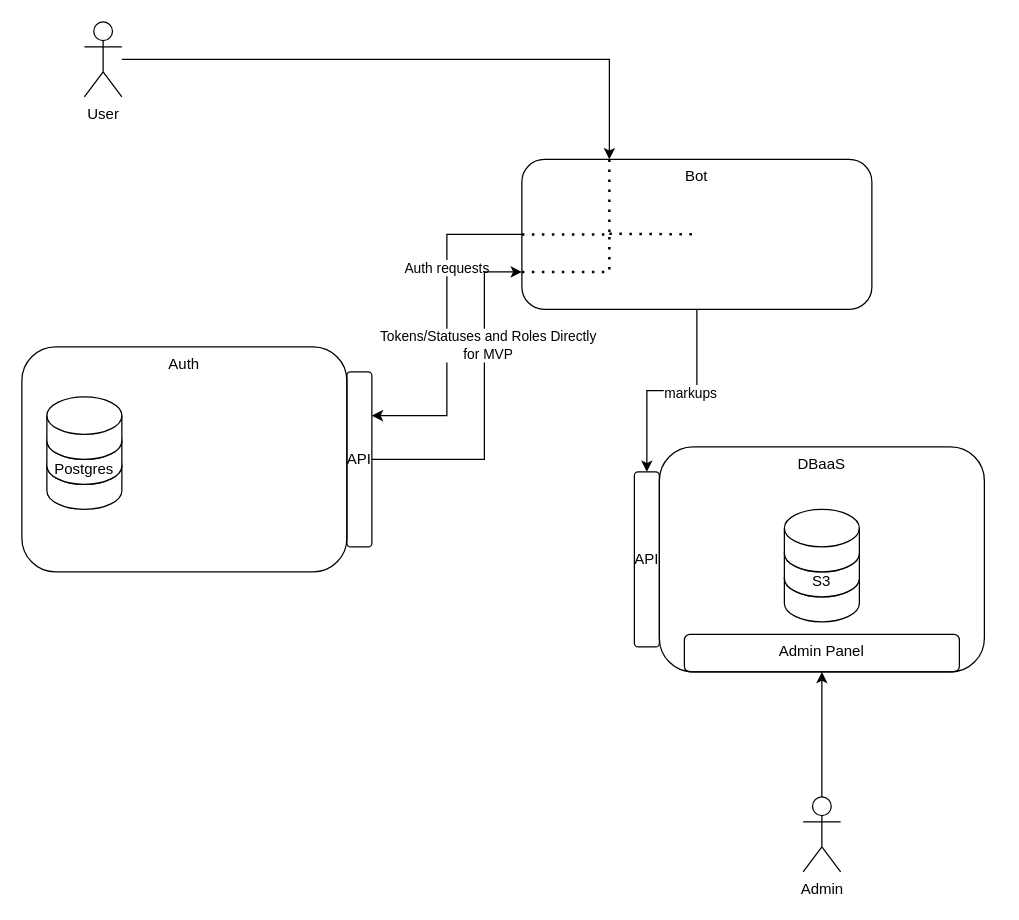
bdannyv/markup_tool keeps this draw.io diagram as docs/arch/as-is.drawio. Above is the earlier version. Source tidied: cells renumbered, new cells numbered last; positions are measured from the earlier drawing's top-left corner, leaving out a move shared by most shapes. Both pictures are drawn from the tidied source at 125%, with x=0, y=0 at pixel (21, 21).
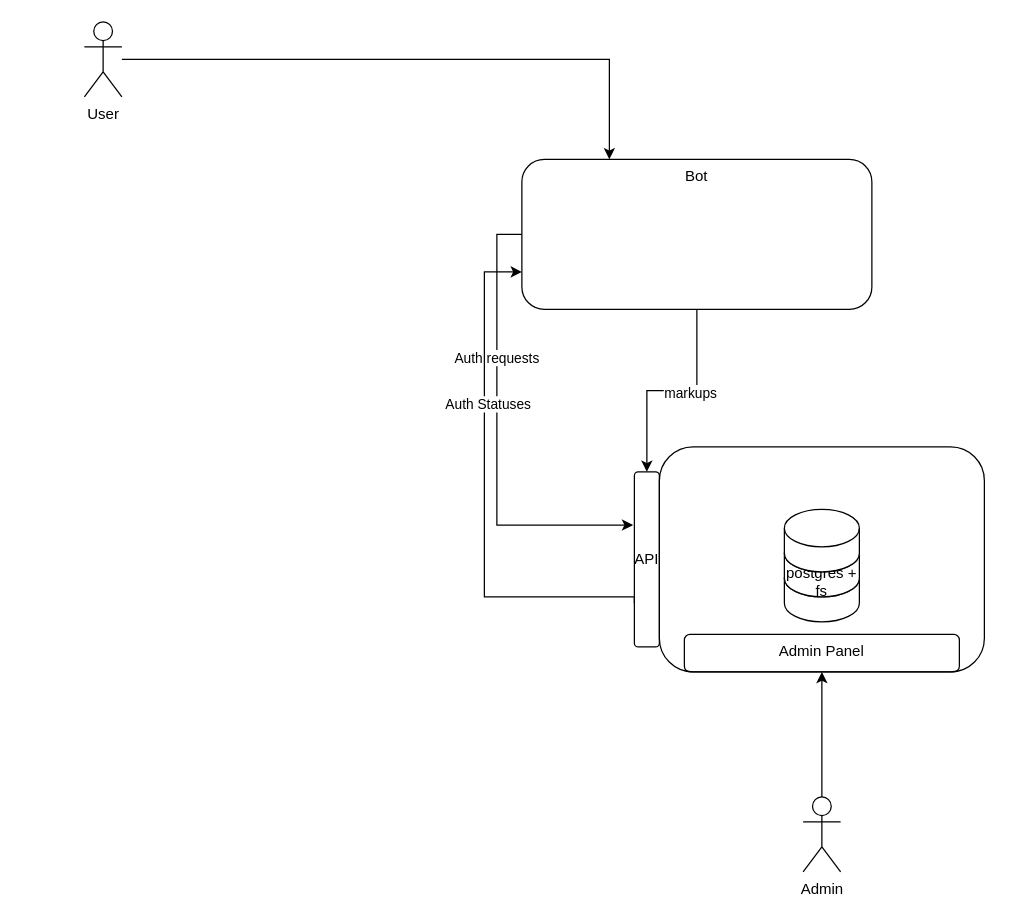
Above is the later version.

Commit message (it also covers changes not shown here):
architecture diagrams update

The change refers to these unchanged cells:
```xml
<mxCell id="8" style="group;" parent="1" vertex="1">
  <mxGeometry x="510" y="340" width="270" height="300" as="geometry" />
</mxCell>
<mxCell id="13" value="API" style="rounded=1;whiteSpace=wrap;html=1;fillColor=none;" parent="8" vertex="1">
  <mxGeometry x="-20" y="20" width="20" height="140" as="geometry" />
</mxCell>
<mxCell id="21" style="group;" parent="1" vertex="1">
  <mxGeometry x="400" y="110" width="280" height="120" as="geometry" />
</mxCell>
<mxCell id="22" value="Bot" style="rounded=1;whiteSpace=wrap;html=1;fillColor=none;verticalAlign=top;" parent="21" vertex="1">
  <mxGeometry width="280" height="120" as="geometry" />
</mxCell>
```

Diff of the diagram source:
```diff
@@
-    <mxCell id="2" style="edgeStyle=orthogonalEdgeStyle;rounded=0;jettySize=auto;html=1;entryX=1;entryY=0.25;entryDx=0;entryDy=0;" parent="1" edge="1" source="22" target="20">
+    <mxCell id="2" style="edgeStyle=orthogonalEdgeStyle;rounded=0;jettySize=auto;html=1;entryX=-0.05;entryY=0.304;entryDx=0;entryDy=0;entryPerimeter=0;exitX=0;exitY=0.5;exitDx=0;exitDy=0;" parent="1" edge="1" source="22" target="13">
       <mxGeometry relative="1" as="geometry" />
     </mxCell>
@@
-    <mxCell id="4" style="edgeStyle=orthogonalEdgeStyle;rounded=0;jettySize=auto;html=1;entryX=0;entryY=0.75;entryDx=0;entryDy=0;" parent="1" edge="1" source="20" target="22">
+    <mxCell id="4" style="edgeStyle=orthogonalEdgeStyle;rounded=0;jettySize=auto;html=1;entryX=0;entryY=0.75;entryDx=0;entryDy=0;exitX=0;exitY=0.75;exitDx=0;exitDy=0;" parent="1" edge="1" source="13" target="22">
       <mxGeometry relative="1" as="geometry">
         <Array as="points">
-          <mxPoint x="370" y="350" />
+          <mxPoint x="490" y="460" />
+          <mxPoint x="370" y="460" />
           <mxPoint x="370" y="200" />
         </Array>
       </mxGeometry>
     </mxCell>
-    <mxCell id="5" value="Tokens/Statuses and Roles Directly&lt;br&gt;for MVP" style="edgeLabel;html=1;align=center;verticalAlign=middle;" parent="4" vertex="1">
+    <mxCell id="5" value="Auth Statuses" style="edgeLabel;html=1;align=center;verticalAlign=middle;" parent="4" vertex="1">
       <mxGeometry x="0.35" y="-1" relative="1" as="geometry">
         <mxPoint x="1" as="offset" />
       </mxGeometry>
     </mxCell>
@@
-    <mxCell id="9" value="DBaaS" style="rounded=1;whiteSpace=wrap;html=1;verticalAlign=top;fillColor=none;" parent="8" vertex="1">
+    <mxCell id="9" style="rounded=1;whiteSpace=wrap;html=1;verticalAlign=top;fillColor=none;" parent="8" vertex="1">
       <mxGeometry width="260" height="180" as="geometry" />
     </mxCell>
@@
-    <mxCell id="11" value="S3" style="shape=cylinder3;whiteSpace=wrap;html=1;boundedLbl=1;backgroundOutline=1;size=15;" parent="8" vertex="1">
+    <mxCell id="11" value="postgres + fs" style="shape=cylinder3;whiteSpace=wrap;html=1;boundedLbl=1;backgroundOutline=1;size=15;" parent="8" vertex="1">
       <mxGeometry x="100" y="70" width="60" height="50" as="geometry" />
     </mxCell>
@@
-    <mxCell id="15" style="group;" parent="1" vertex="1">
-      <mxGeometry y="260" width="280" height="180" as="geometry" />
-    </mxCell>
-    <mxCell id="16" style="shape=cylinder3;whiteSpace=wrap;html=1;boundedLbl=1;backgroundOutline=1;size=15;" parent="15" vertex="1">
-      <mxGeometry x="20" y="80" width="60" height="50" as="geometry" />
-    </mxCell>
-    <mxCell id="17" value="Auth" style="rounded=1;whiteSpace=wrap;html=1;verticalAlign=top;fillColor=none;" parent="15" vertex="1">
-      <mxGeometry width="260" height="180" as="geometry" />
-    </mxCell>
-    <mxCell id="18" value="Postgres" style="shape=cylinder3;whiteSpace=wrap;html=1;boundedLbl=1;backgroundOutline=1;size=15;" parent="15" vertex="1">
-      <mxGeometry x="20" y="60" width="60" height="50" as="geometry" />
-    </mxCell>
-    <mxCell id="19" style="shape=cylinder3;whiteSpace=wrap;html=1;boundedLbl=1;backgroundOutline=1;size=15;" parent="15" vertex="1">
-      <mxGeometry x="20" y="40" width="60" height="50" as="geometry" />
-    </mxCell>
-    <mxCell id="20" value="API" style="rounded=1;whiteSpace=wrap;html=1;fillColor=none;" parent="15" vertex="1">
-      <mxGeometry x="260" y="20" width="20" height="140" as="geometry" />
-    </mxCell>
@@
-    <mxCell id="23" style="endArrow=none;dashed=1;html=1;dashPattern=1 3;strokeWidth=2;rounded=0;entryX=0.25;entryY=0;entryDx=0;entryDy=0;exitX=0;exitY=0.5;exitDx=0;exitDy=0;" parent="21" edge="1" source="22" target="22">
-      <mxGeometry relative="1" as="geometry">
-        <Array as="points">
-          <mxPoint y="60" />
-          <mxPoint x="70" y="60" />
-        </Array>
-      </mxGeometry>
-    </mxCell>
-    <mxCell id="24" style="endArrow=none;dashed=1;html=1;dashPattern=1 3;strokeWidth=2;rounded=0;exitX=0;exitY=0.75;exitDx=0;exitDy=0;" parent="21" edge="1" source="22">
-      <mxGeometry relative="1" as="geometry">
-        <mxPoint x="70" y="60" as="targetPoint" />
-        <Array as="points">
-          <mxPoint x="70" y="90" />
-        </Array>
-      </mxGeometry>
-    </mxCell>
-    <mxCell id="25" style="endArrow=none;dashed=1;html=1;dashPattern=1 3;strokeWidth=2;rounded=0;" parent="21" edge="1">
-      <mxGeometry relative="1" as="geometry">
-        <mxPoint x="70" y="59.5" as="sourcePoint" />
-        <mxPoint x="140" y="60" as="targetPoint" />
-      </mxGeometry>
-    </mxCell>
```
